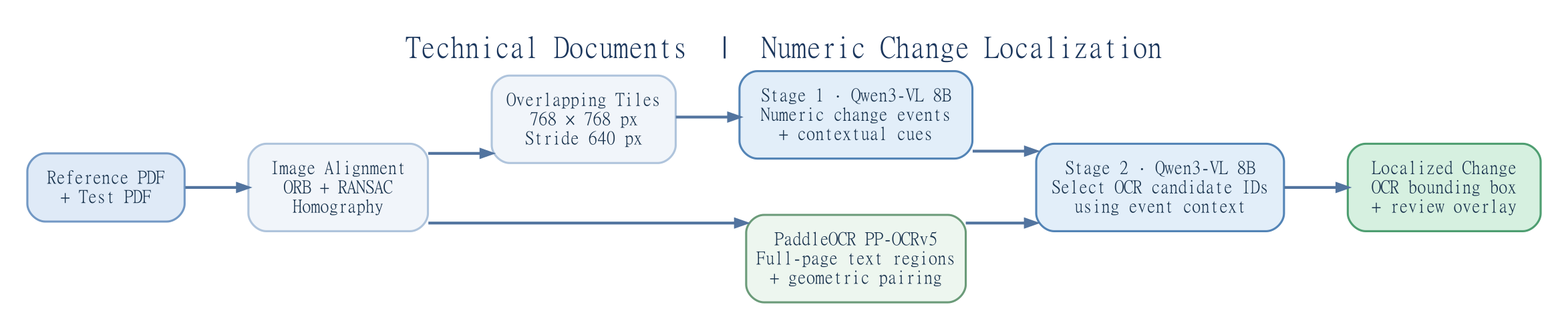
The Graphviz diagram assets/architecture.png in DK3693/KSMA_Paper, before a commit. Its source is kept beside it as assets/architecture.dot.
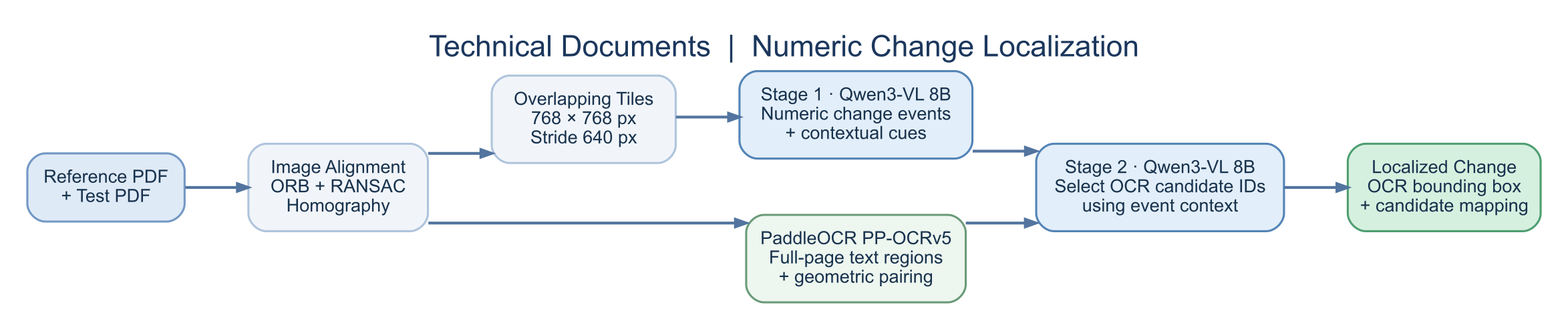
The same diagram one commit later.

Change to the diagram source:
```diff
@@ -8,7 +8,7 @@
   stage1 [label="Stage 1 · Qwen3-VL 8B\nNumeric change events\n+ contextual cues", fillcolor="#E2EEF9", color="#5384B6"];
   ocr [label="PaddleOCR PP-OCRv5\nFull-page text regions\n+ geometric pairing", fillcolor="#EDF6EF", color="#6B9B79"];
   stage2 [label="Stage 2 · Qwen3-VL 8B\nSelect OCR candidate IDs\nusing event context", fillcolor="#E2EEF9", color="#5384B6"];
-  bbox [label="Localized Change\nOCR bounding box\n+ review overlay", fillcolor="#D6F0E0", color="#4E9E71"];
+  bbox [label="Localized Change\nOCR bounding box\n+ candidate mapping", fillcolor="#D6F0E0", color="#4E9E71"];
   inputs -> align -> tile -> stage1 -> stage2 -> bbox;
   align -> ocr -> stage2;
 }
```
